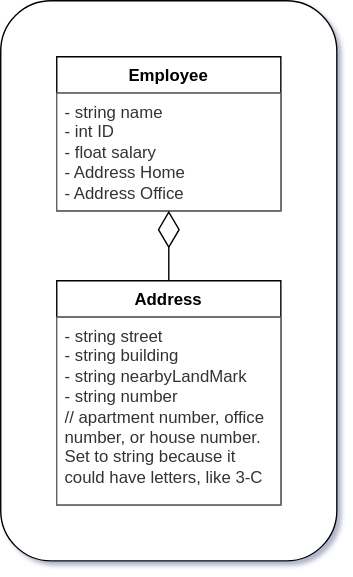
Before: docs/Semester2/OOP/images/aggregation_2.svg, a diagram exported from draw.io (WilliamWoha/csjournal). Source tidied: cells renumbered, new cells last; positions are measured from the earlier drawing's top-left corner, leaving out a move shared by most shapes. Source of this version:
```xml
<mxGraphModel shadow="1">
  <root>
    <mxCell id="0" />
    <mxCell id="1" parent="0" />
    <mxCell id="2" style="rounded=1;whiteSpace=wrap;html=1;" parent="1" vertex="1">
      <mxGeometry width="240" height="400" as="geometry" />
    </mxCell>
    <mxCell id="3" value="Employee" style="swimlane;fontStyle=1;align=center;verticalAlign=top;horizontal=1;startSize=26;whiteSpace=wrap;html=1;" parent="1" vertex="1">
      <mxGeometry x="40" y="40" width="160" height="110" as="geometry" />
    </mxCell>
    <mxCell id="4" value="- string name&lt;br&gt;- int ID&lt;br&gt;- float salary&lt;br&gt;- Address Home&lt;br&gt;- Address Office" style="text;align=left;verticalAlign=top;spacingLeft=4;spacingRight=4;overflow=hidden;whiteSpace=wrap;html=1;fillColor=#FFFFFF;fontColor=#333333;strokeColor=#666666;" parent="3" vertex="1">
      <mxGeometry y="26" width="160" height="84" as="geometry" />
    </mxCell>
    <mxCell id="5" style="endArrow=diamondThin;endFill=0;endSize=24;html=1;rounded=0;entryX=0.5;entryY=1;entryDx=0;entryDy=0;exitX=0.5;exitY=0;exitDx=0;exitDy=0;" parent="1" edge="1" source="6" target="3">
      <mxGeometry relative="1" as="geometry" />
    </mxCell>
    <mxCell id="6" value="Address" style="swimlane;fontStyle=1;align=center;verticalAlign=top;horizontal=1;startSize=26;whiteSpace=wrap;html=1;" parent="1" vertex="1">
      <mxGeometry x="40" y="200" width="160" height="160" as="geometry" />
    </mxCell>
    <mxCell id="7" value="- string street&lt;br&gt;- string building&lt;br&gt;- string nearbyLandMark&lt;br&gt;- string number&lt;br&gt;// apartment number, office number, or house number. Set to string because it could have letters, like 3-C" style="text;strokeColor=#666666;fillColor=#FFFFFF;align=left;verticalAlign=top;spacingLeft=4;spacingRight=4;overflow=hidden;whiteSpace=wrap;html=1;fontColor=#333333;" parent="6" vertex="1">
      <mxGeometry y="26" width="160" height="134" as="geometry" />
    </mxCell>
  </root>
</mxGraphModel>
```
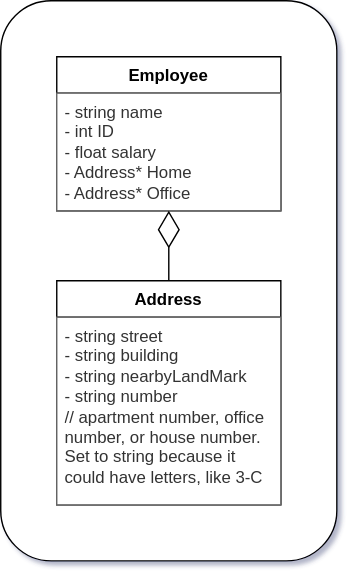
Later version of the same file.

Diff of the diagram source:
```diff
@@ -8,7 +8,7 @@
     <mxCell id="3" value="Employee" style="swimlane;fontStyle=1;align=center;verticalAlign=top;horizontal=1;startSize=26;whiteSpace=wrap;html=1;" parent="1" vertex="1">
       <mxGeometry x="40" y="40" width="160" height="110" as="geometry" />
     </mxCell>
-    <mxCell id="4" value="- string name&lt;br&gt;- int ID&lt;br&gt;- float salary&lt;br&gt;- Address Home&lt;br&gt;- Address Office" style="text;align=left;verticalAlign=top;spacingLeft=4;spacingRight=4;overflow=hidden;whiteSpace=wrap;html=1;fillColor=#FFFFFF;fontColor=#333333;strokeColor=#666666;" parent="3" vertex="1">
+    <mxCell id="4" value="- string name&lt;br&gt;- int ID&lt;br&gt;- float salary&lt;br&gt;- Address* Home&lt;br&gt;- Address* Office" style="text;align=left;verticalAlign=top;spacingLeft=4;spacingRight=4;overflow=hidden;whiteSpace=wrap;html=1;fillColor=#FFFFFF;fontColor=#333333;strokeColor=#666666;" parent="3" vertex="1">
       <mxGeometry y="26" width="160" height="84" as="geometry" />
     </mxCell>
     <mxCell id="5" style="endArrow=diamondThin;endFill=0;endSize=24;html=1;rounded=0;entryX=0.5;entryY=1;entryDx=0;entryDy=0;exitX=0.5;exitY=0;exitDx=0;exitDy=0;" parent="1" edge="1" source="6" target="3">
```
